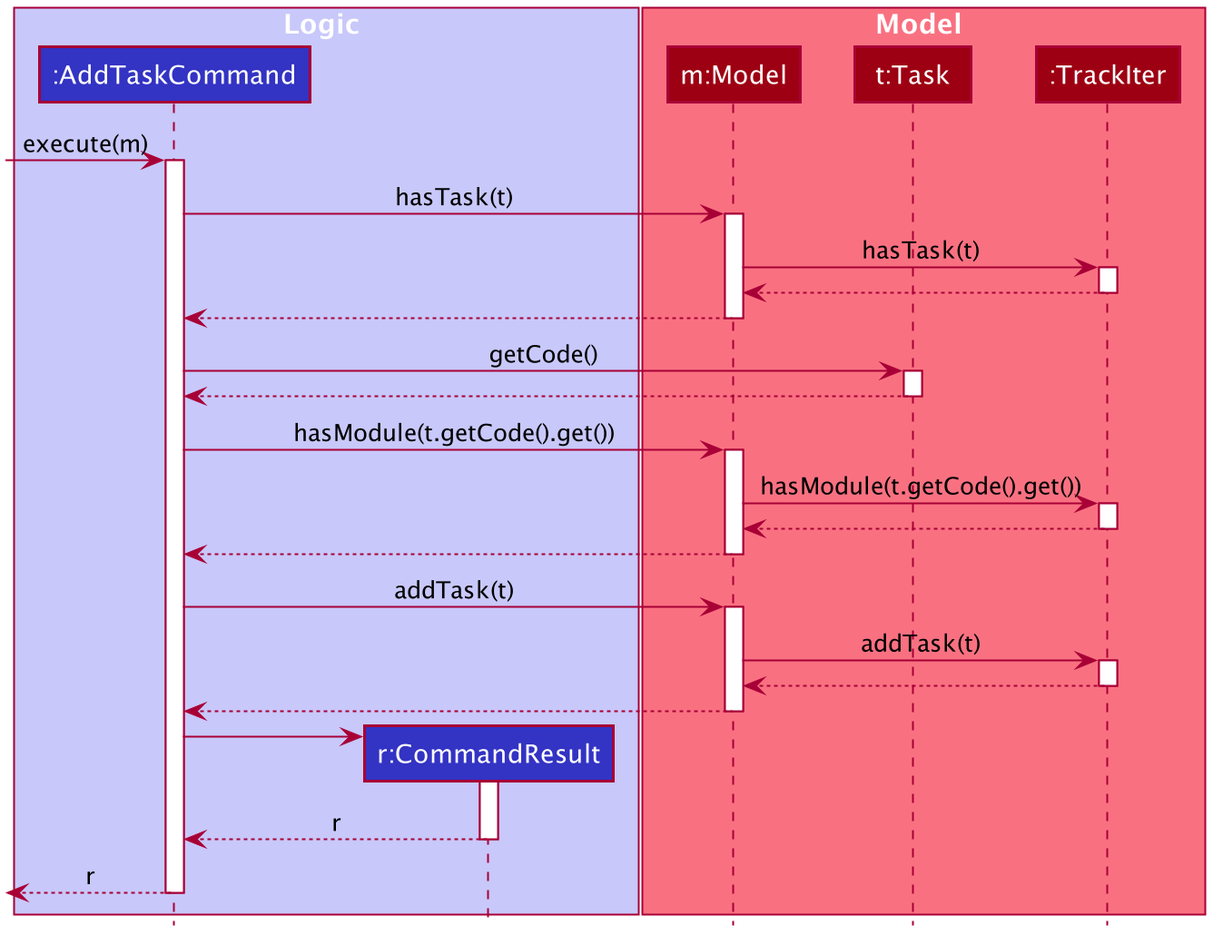
Above: docs/images/AddTaskSequenceDiagram.png in simonteozw/tp (PlantUML), before the change.
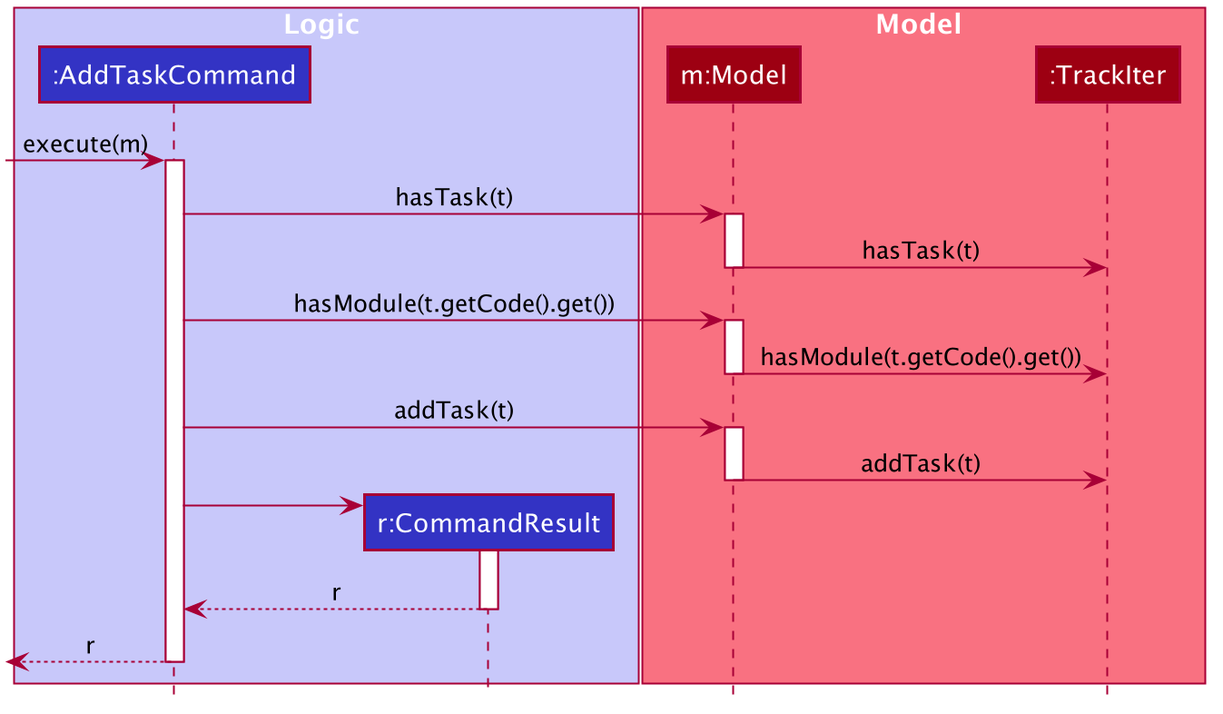
Later version of the same file.

Commit message:
Improve sequence diagrams

Change to the diagram source:
```diff
@@ -57,7 +57,6 @@
 
 box Model #F97181
 participant "m:Model" as Model #9D0012
-participant "t:Task" as task #9D0012
 participant ":TrackIter" as TrackIter #9D0012
 end box
 
@@ -68,42 +67,22 @@
 activate Model
 
 Model -> TrackIter : hasTask(t)
-activate TrackIter
 
-TrackIter --> Model
-deactivate TrackIter
-
-Model --> AddTaskCommand
 deactivate Model
-
-AddTaskCommand -> task : getCode()
-activate task
-
-task --> AddTaskCommand
-deactivate task
 
 AddTaskCommand -> Model : hasModule(t.getCode().get())
 activate Model
 
 Model -> TrackIter : hasModule(t.getCode().get())
-activate TrackIter
 
-TrackIter --> Model
-deactivate TrackIter
 
-Model --> AddTaskCommand
 deactivate Model
 
 AddTaskCommand -> Model : addTask(t)
 activate Model
 
 Model -> TrackIter : addTask(t)
-activate TrackIter
 
-TrackIter --> Model
-deactivate TrackIter
-
-Model --> AddTaskCommand
 deactivate Model
 
 create CommandResult
```
